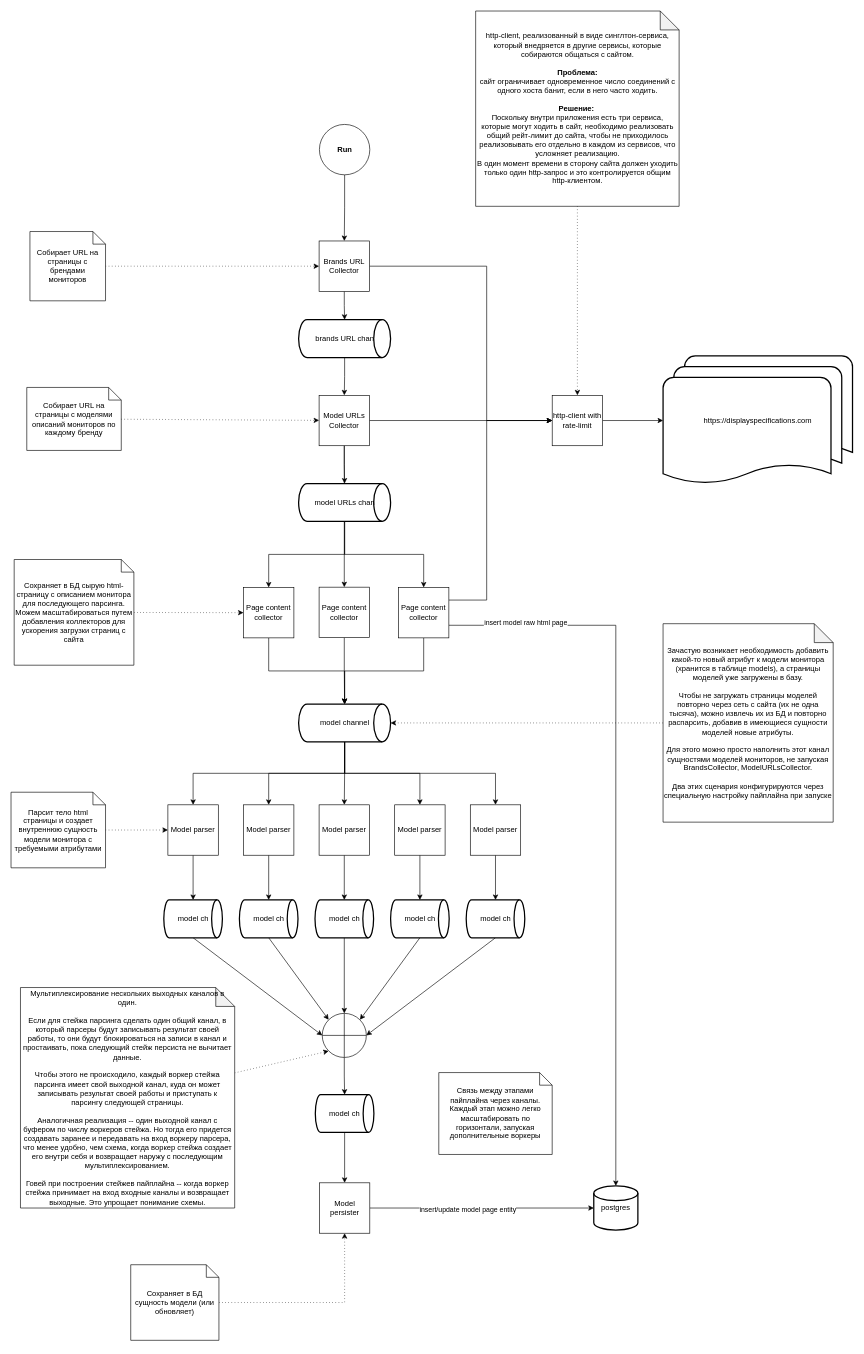
Earlier version of the draw.io diagram docs/diagram.drawio (denistv/display-parser). Source tidied: cells renumbered, new cells numbered last; positions are measured from the earlier drawing's top-left corner, leaving out a move shared by most shapes. Both pictures are drawn from the tidied source at 63%, with x=0, y=0 at pixel (11, 11).
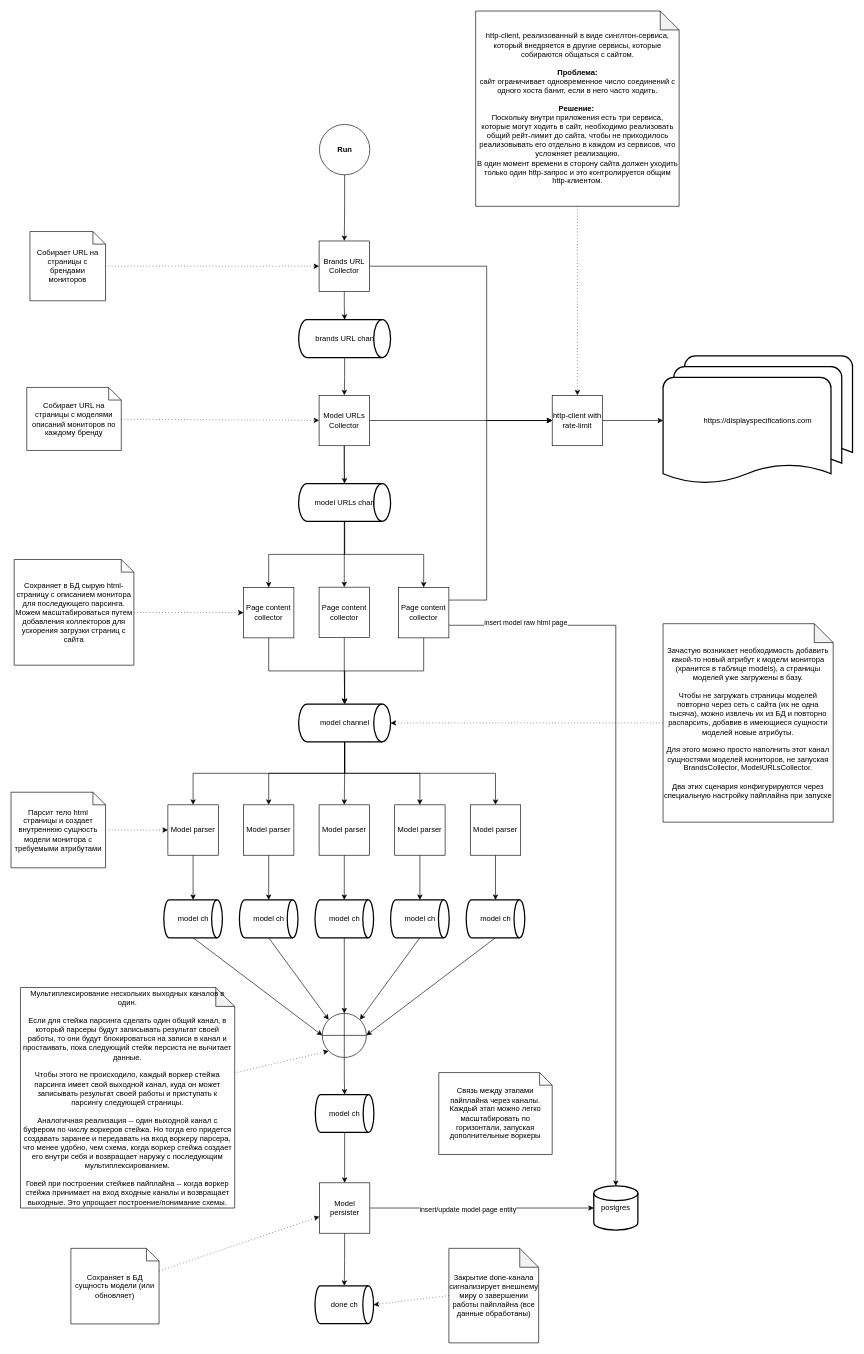
Above is the later version.

Unchanged cells that the change refers to:
```xml
<mxCell id="26" value="Model persister" style="whiteSpace=wrap;html=1;" parent="1" vertex="1">
  <mxGeometry x="489.5" y="1860" width="80" height="80" as="geometry" />
</mxCell>
```

The edit, as a diff of the source:
```diff
@@
+    <mxCell id="79" style="edgeStyle=orthogonalEdgeStyle;rounded=0;jettySize=auto;html=1;exitX=0.5;exitY=1;exitDx=0;exitDy=0;entryX=0.5;entryY=0;entryDx=0;entryDy=0;entryPerimeter=0;" parent="1" edge="1" source="26" target="80">
+      <mxGeometry relative="1" as="geometry" />
+    </mxCell>
@@
-    <mxCell id="35" style="edgeStyle=orthogonalEdgeStyle;rounded=0;jettySize=auto;html=1;dashed=1;dashPattern=1 4;" parent="1" edge="1" source="36" target="26">
+    <mxCell id="35" style="rounded=0;jettySize=auto;html=1;dashed=1;dashPattern=1 4;" parent="1" edge="1" source="36" target="26">
       <mxGeometry relative="1" as="geometry" />
     </mxCell>
     <mxCell id="36" value="Сохраняет в БД сущность модели (или обновляет)" style="shape=note;size=20;whiteSpace=wrap;html=1;" parent="1" vertex="1">
-      <mxGeometry x="190" y="1990" width="140" height="120" as="geometry" />
+      <mxGeometry x="95" y="1964" width="140" height="120" as="geometry" />
     </mxCell>
@@
-    <mxCell id="65" value="Мультиплексирование нескольких выходных каналов в один.&lt;br&gt;&lt;br&gt;Если для стейжа парсинга сделать один общий канал, в который парсеры будут записывать результат своей работы, то они будут блокироваться на записи в канал и простаивать, пока следующий стейж персиста не вычитает данные.&lt;br&gt;&lt;br&gt;Чтобы этого не происходило, каждый воркер стейжа парсинга имеет свой выходной канал, куда он может записывать результат своей работы и приступать к парсингу следующей страницы.&lt;br&gt;&lt;br&gt;Аналогичная реализация -- один выходной канал с буфером по числу воркеров стейжа. Но тогда его придется создавать заранее и передавать на вход воркеру парсера, что менее удобно, чем схема, когда воркер стейжа создает его внутри себя и возвращает наружу с последующим мультиплексированием.&lt;br&gt;&lt;br&gt;Говей при построении стейжев пайплайна -- когда воркер стейжа принимает на вход входные каналы и возвращает выходные. Это упрощает понимание схемы." style="shape=note;whiteSpace=wrap;html=1;backgroundOutline=1;darkOpacity=0.05;" parent="1" vertex="1">
+    <mxCell id="65" value="Мультиплексирование нескольких выходных каналов в один.&lt;br&gt;&lt;br&gt;Если для стейжа парсинга сделать один общий канал, в который парсеры будут записывать результат своей работы, то они будут блокироваться на записи в канал и простаивать, пока следующий стейж персиста не вычитает данные.&lt;br&gt;&lt;br&gt;Чтобы этого не происходило, каждый воркер стейжа парсинга имеет свой выходной канал, куда он может записывать результат своей работы и приступать к парсингу следующей страницы.&lt;br&gt;&lt;br&gt;Аналогичная реализация -- один выходной канал с буфером по числу воркеров стейжа. Но тогда его придется создавать заранее и передавать на вход воркеру парсера, что менее удобно, чем схема, когда воркер стейжа создает его внутри себя и возвращает наружу с последующим мультиплексированием.&lt;br&gt;&lt;br&gt;Говей при построении стейжев пайплайна -- когда воркер стейжа принимает на вход входные каналы и возвращает выходные. Это упрощает построение/понимание схемы." style="shape=note;whiteSpace=wrap;html=1;backgroundOutline=1;darkOpacity=0.05;" parent="1" vertex="1">
       <mxGeometry x="15" y="1550" width="340" height="350" as="geometry" />
     </mxCell>
@@
+    <mxCell id="80" value="done ch" style="strokeWidth=2;html=1;shape=mxgraph.flowchart.direct_data;whiteSpace=wrap;" parent="1" vertex="1">
+      <mxGeometry x="482.5" y="2023.5" width="93" height="60" as="geometry" />
+    </mxCell>
+    <mxCell id="81" style="rounded=0;jettySize=auto;html=1;exitX=0;exitY=0.5;exitDx=0;exitDy=0;exitPerimeter=0;entryX=1;entryY=0.5;entryDx=0;entryDy=0;entryPerimeter=0;dashed=1;dashPattern=1 4;" parent="1" edge="1" source="82" target="80">
+      <mxGeometry relative="1" as="geometry" />
+    </mxCell>
+    <mxCell id="82" value="Закрытие done-канала сигнализирует внешнему миру о завершении работы пайплайна (все данные обработаны)" style="shape=note;whiteSpace=wrap;html=1;backgroundOutline=1;darkOpacity=0.05;" parent="1" vertex="1">
+      <mxGeometry x="695" y="1964" width="142.5" height="150" as="geometry" />
+    </mxCell>
```
